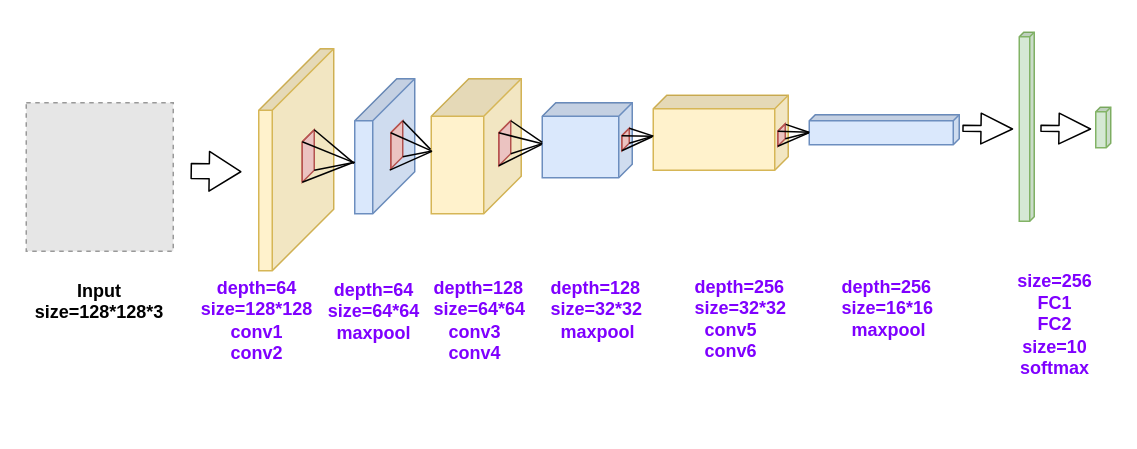
Earlier version of the draw.io diagram cnn.drawio (ByronGe/ff). Source tidied: cells renumbered, new cells numbered last; positions are measured from the earlier drawing's top-left corner, leaving out a move shared by most shapes. Both pictures are drawn from the tidied source at 150%, with x=0, y=0 at pixel (26, 32). Pictures stored in the file or linked from it are replaced by grey dashed boxes.
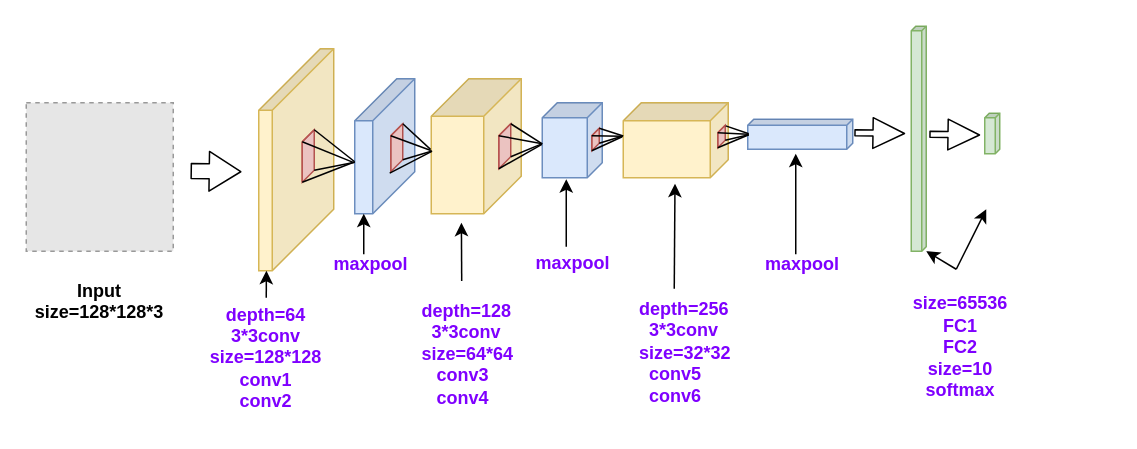
The same page after the edit.

The change refers to these unchanged cells:
```xml
<mxCell id="2" style="shape=cube;whiteSpace=wrap;html=1;boundedLbl=1;backgroundOutline=1;darkOpacity=0.05;darkOpacity2=0.1;fillColor=#dae8fc;strokeColor=#6c8ebf;size=28;direction=south;" parent="1" vertex="1">
  <mxGeometry x="219" y="31" width="40" height="90" as="geometry" />
</mxCell>
<mxCell id="10" style="shape=cube;whiteSpace=wrap;html=1;boundedLbl=1;backgroundOutline=1;darkOpacity=0.05;darkOpacity2=0.1;fillColor=#f8cecc;strokeColor=#b85450;size=9;direction=south;" parent="1" vertex="1">
  <mxGeometry x="184" y="65" width="8" height="35" as="geometry" />
</mxCell>
```

What changed in the source:
```diff
@@
-    <mxCell id="5" style="shape=cube;whiteSpace=wrap;html=1;boundedLbl=1;backgroundOutline=1;darkOpacity=0.05;darkOpacity2=0.1;fillColor=#dae8fc;strokeColor=#6c8ebf;size=9;direction=south;" parent="1" vertex="1">
-      <mxGeometry x="344" y="47" width="60" height="50" as="geometry" />
+    <mxCell id="5" style="shape=cube;whiteSpace=wrap;html=1;boundedLbl=1;backgroundOutline=1;darkOpacity=0.05;darkOpacity2=0.1;fillColor=#dae8fc;strokeColor=#6c8ebf;size=10;direction=south;" parent="1" vertex="1">
+      <mxGeometry x="344" y="47" width="40" height="50" as="geometry" />
     </mxCell>
-    <mxCell id="6" style="shape=cube;whiteSpace=wrap;html=1;boundedLbl=1;backgroundOutline=1;darkOpacity=0.05;darkOpacity2=0.1;fillColor=#fff2cc;strokeColor=#d6b656;size=9;direction=south;" parent="1" vertex="1">
-      <mxGeometry x="418" y="42" width="90" height="50" as="geometry" />
+    <mxCell id="6" style="shape=cube;whiteSpace=wrap;html=1;boundedLbl=1;backgroundOutline=1;darkOpacity=0.05;darkOpacity2=0.1;fillColor=#fff2cc;strokeColor=#d6b656;size=12;direction=south;" parent="1" vertex="1">
+      <mxGeometry x="398" y="47" width="70" height="50" as="geometry" />
     </mxCell>
     <mxCell id="7" style="shape=cube;whiteSpace=wrap;html=1;boundedLbl=1;backgroundOutline=1;darkOpacity=0.05;darkOpacity2=0.1;fillColor=#dae8fc;strokeColor=#6c8ebf;size=4;direction=south;" parent="1" vertex="1">
-      <mxGeometry x="522" y="55" width="100" height="20" as="geometry" />
+      <mxGeometry x="481" y="58" width="70" height="20" as="geometry" />
     </mxCell>
     <mxCell id="8" style="shape=cube;whiteSpace=wrap;html=1;boundedLbl=1;backgroundOutline=1;darkOpacity=0.05;darkOpacity2=0.1;fillColor=#d5e8d4;strokeColor=#82b366;size=3;direction=south;" parent="1" vertex="1">
-      <mxGeometry x="662" width="10" height="126" as="geometry" />
+      <mxGeometry x="590" y="-4" width="10" height="150" as="geometry" />
     </mxCell>
     <mxCell id="9" style="shape=cube;whiteSpace=wrap;html=1;boundedLbl=1;backgroundOutline=1;darkOpacity=0.05;darkOpacity2=0.1;fillColor=#d5e8d4;strokeColor=#82b366;size=3;direction=south;" parent="1" vertex="1">
-      <mxGeometry x="713" y="50" width="10" height="27" as="geometry" />
+      <mxGeometry x="639" y="54" width="10" height="27" as="geometry" />
     </mxCell>
@@
-    <mxCell id="12" style="endArrow=none;html=1;exitX=0;exitY=0;exitDx=0;exitDy=0;exitPerimeter=0;entryX=0.627;entryY=1.01;entryDx=0;entryDy=0;entryPerimeter=0;" parent="1" edge="1" source="10" target="2">
+    <mxCell id="12" style="endArrow=none;html=1;exitX=0;exitY=0;exitDx=0;exitDy=0;exitPerimeter=0;entryX=0.615;entryY=1.001;entryDx=0;entryDy=0;entryPerimeter=0;" parent="1" edge="1" source="10" target="2">
       <mxGeometry relative="1" as="geometry" />
     </mxCell>
@@
     <mxCell id="15" style="shape=cube;whiteSpace=wrap;html=1;boundedLbl=1;backgroundOutline=1;darkOpacity=0.05;darkOpacity2=0.1;fillColor=#f8cecc;strokeColor=#b85450;size=9;direction=south;" parent="1" vertex="1">
-      <mxGeometry x="243" y="59" width="8" height="32" as="geometry" />
+      <mxGeometry x="243" y="61" width="8" height="32" as="geometry" />
     </mxCell>
@@
     <mxCell id="20" style="shape=cube;whiteSpace=wrap;html=1;boundedLbl=1;backgroundOutline=1;darkOpacity=0.05;darkOpacity2=0.1;fillColor=#f8cecc;strokeColor=#b85450;size=9;direction=south;" parent="1" vertex="1">
-      <mxGeometry x="315" y="59" width="8" height="30" as="geometry" />
+      <mxGeometry x="315" y="61" width="8" height="30" as="geometry" />
     </mxCell>
@@
-    <mxCell id="22" style="endArrow=none;html=1;exitX=0;exitY=0;exitDx=0;exitDy=0;exitPerimeter=0;entryX=0.528;entryY=1;entryDx=0;entryDy=0;entryPerimeter=0;" parent="1" edge="1" source="20" target="5">
+    <mxCell id="22" style="endArrow=none;html=1;exitX=0;exitY=0;exitDx=0;exitDy=0;exitPerimeter=0;entryX=0.549;entryY=1;entryDx=0;entryDy=0;entryPerimeter=0;" parent="1" edge="1" source="20" target="5">
       <mxGeometry relative="1" as="geometry" />
     </mxCell>
@@
     <mxCell id="25" style="shape=cube;whiteSpace=wrap;html=1;boundedLbl=1;backgroundOutline=1;darkOpacity=0.05;darkOpacity2=0.1;fillColor=#f8cecc;strokeColor=#b85450;size=9;direction=south;" parent="1" vertex="1">
-      <mxGeometry x="397" y="64" width="5" height="15" as="geometry" />
+      <mxGeometry x="377" y="64" width="5" height="15" as="geometry" />
     </mxCell>
-    <mxCell id="26" style="endArrow=none;html=1;exitX=0;exitY=0;exitDx=5;exitDy=5;exitPerimeter=0;entryX=0.548;entryY=1.011;entryDx=0;entryDy=0;entryPerimeter=0;" parent="1" edge="1" source="25" target="6">
-      <mxGeometry relative="1" as="geometry" />
+    <mxCell id="26" style="endArrow=none;html=1;exitX=0;exitY=0;exitDx=5;exitDy=5;exitPerimeter=0;entryX=0.548;entryY=1.011;entryDx=0;entryDy=0;entryPerimeter=0;" parent="1" edge="1" source="25">
+      <mxGeometry relative="1" as="geometry">
+        <mxPoint x="397" y="69.4" as="targetPoint" />
+      </mxGeometry>
     </mxCell>
-    <mxCell id="27" style="endArrow=none;html=1;exitX=0;exitY=0;exitDx=0;exitDy=0;exitPerimeter=0;entryX=0.545;entryY=0.999;entryDx=0;entryDy=0;entryPerimeter=0;" parent="1" edge="1" source="25" target="6">
-      <mxGeometry relative="1" as="geometry" />
+    <mxCell id="27" style="endArrow=none;html=1;exitX=0;exitY=0;exitDx=0;exitDy=0;exitPerimeter=0;entryX=0.545;entryY=0.999;entryDx=0;entryDy=0;entryPerimeter=0;" parent="1" edge="1" source="25">
+      <mxGeometry relative="1" as="geometry">
+        <mxPoint x="398" y="69.2" as="targetPoint" />
+      </mxGeometry>
     </mxCell>
-    <mxCell id="28" style="endArrow=none;html=1;exitX=0;exitY=0;exitDx=10;exitDy=0;exitPerimeter=0;entryX=0.545;entryY=1.003;entryDx=0;entryDy=0;entryPerimeter=0;" parent="1" edge="1" source="25" target="6">
-      <mxGeometry relative="1" as="geometry" />
+    <mxCell id="28" style="endArrow=none;html=1;exitX=0;exitY=0;exitDx=10;exitDy=0;exitPerimeter=0;entryX=0.545;entryY=1.003;entryDx=0;entryDy=0;entryPerimeter=0;" parent="1" edge="1" source="25">
+      <mxGeometry relative="1" as="geometry">
+        <mxPoint x="397.7" y="69.2" as="targetPoint" />
+      </mxGeometry>
     </mxCell>
-    <mxCell id="29" style="endArrow=none;html=1;exitX=0;exitY=0;exitDx=15;exitDy=5;exitPerimeter=0;entryX=0.553;entryY=1.008;entryDx=0;entryDy=0;entryPerimeter=0;" parent="1" edge="1" source="25" target="6">
-      <mxGeometry relative="1" as="geometry" />
+    <mxCell id="29" style="endArrow=none;html=1;exitX=0;exitY=0;exitDx=15;exitDy=5;exitPerimeter=0;entryX=0.553;entryY=1.008;entryDx=0;entryDy=0;entryPerimeter=0;" parent="1" edge="1" source="25">
+      <mxGeometry relative="1" as="geometry">
+        <mxPoint x="397.3" y="69.7" as="targetPoint" />
+      </mxGeometry>
     </mxCell>
     <mxCell id="30" style="shape=cube;whiteSpace=wrap;html=1;boundedLbl=1;backgroundOutline=1;darkOpacity=0.05;darkOpacity2=0.1;fillColor=#f8cecc;strokeColor=#b85450;size=9;direction=south;" parent="1" vertex="1">
-      <mxGeometry x="501" y="61" width="5" height="15" as="geometry" />
+      <mxGeometry x="461" y="62" width="5" height="15" as="geometry" />
     </mxCell>
-    <mxCell id="31" style="endArrow=none;html=1;exitX=0;exitY=0;exitDx=5;exitDy=5;exitPerimeter=0;entryX=0.58;entryY=0.999;entryDx=0;entryDy=0;entryPerimeter=0;" parent="1" edge="1" source="30" target="7">
+    <mxCell id="31" style="endArrow=none;html=1;exitX=0;exitY=0;exitDx=5;exitDy=5;exitPerimeter=0;entryX=0.504;entryY=0.999;entryDx=0;entryDy=0;entryPerimeter=0;" parent="1" edge="1" source="30" target="7">
       <mxGeometry relative="1" as="geometry" />
     </mxCell>
-    <mxCell id="32" style="endArrow=none;html=1;exitX=0.028;exitY=-0.067;exitDx=0;exitDy=0;exitPerimeter=0;entryX=0.583;entryY=1.003;entryDx=0;entryDy=0;entryPerimeter=0;" parent="1" edge="1" source="30" target="7">
-      <mxGeometry relative="1" as="geometry" />
+    <mxCell id="32" style="endArrow=none;html=1;exitX=0.028;exitY=-0.067;exitDx=0;exitDy=0;exitPerimeter=0;entryX=0.583;entryY=1.003;entryDx=0;entryDy=0;entryPerimeter=0;" parent="1" edge="1" source="30">
+      <mxGeometry relative="1" as="geometry">
+        <mxPoint x="481.7" y="67.7" as="targetPoint" />
+      </mxGeometry>
     </mxCell>
-    <mxCell id="33" style="endArrow=none;html=1;exitX=0;exitY=0;exitDx=14.999999999999998;exitDy=5;exitPerimeter=0;entryX=0.603;entryY=1.003;entryDx=0;entryDy=0;entryPerimeter=0;" parent="1" edge="1" source="30" target="7">
-      <mxGeometry relative="1" as="geometry" />
+    <mxCell id="33" style="endArrow=none;html=1;exitX=0;exitY=0;exitDx=14.999999999999998;exitDy=5;exitPerimeter=0;entryX=0.603;entryY=1.003;entryDx=0;entryDy=0;entryPerimeter=0;" parent="1" edge="1" source="30">
+      <mxGeometry relative="1" as="geometry">
+        <mxPoint x="481.7" y="68.3" as="targetPoint" />
+      </mxGeometry>
     </mxCell>
-    <mxCell id="34" style="endArrow=none;html=1;exitX=0;exitY=0;exitDx=9.999999999999998;exitDy=0;exitPerimeter=0;entryX=0.603;entryY=1.003;entryDx=0;entryDy=0;entryPerimeter=0;" parent="1" edge="1" source="30" target="7">
-      <mxGeometry relative="1" as="geometry" />
+    <mxCell id="34" style="endArrow=none;html=1;exitX=0;exitY=0;exitDx=9.999999999999998;exitDy=0;exitPerimeter=0;entryX=0.603;entryY=1.003;entryDx=0;entryDy=0;entryPerimeter=0;" parent="1" edge="1" source="30">
+      <mxGeometry relative="1" as="geometry">
+        <mxPoint x="481.7" y="68.3" as="targetPoint" />
+      </mxGeometry>
     </mxCell>
     <mxCell id="35" style="shape=flexArrow;endArrow=classic;html=1;endWidth=15.428571428571429;endSize=6.668571428571428;startWidth=15.428571428571429;startSize=6.668571428571428;width=4;" parent="1" edge="1">
       <mxGeometry relative="1" as="geometry">
-        <mxPoint x="624" y="64" as="sourcePoint" />
-        <mxPoint x="658" y="64.5" as="targetPoint" />
+        <mxPoint x="552" y="67" as="sourcePoint" />
+        <mxPoint x="586" y="67.5" as="targetPoint" />
       </mxGeometry>
     </mxCell>
     <mxCell id="36" style="shape=flexArrow;endArrow=classic;html=1;endWidth=15.428571428571429;endSize=6.668571428571428;startWidth=15.428571428571429;startSize=6.668571428571428;width=4;" parent="1" edge="1">
       <mxGeometry relative="1" as="geometry">
-        <mxPoint x="676" y="64" as="sourcePoint" />
-        <mxPoint x="710" y="64.5" as="targetPoint" />
+        <mxPoint x="602" y="68" as="sourcePoint" />
+        <mxPoint x="636" y="68.5" as="targetPoint" />
       </mxGeometry>
     </mxCell>
-    <mxCell id="37" value="&lt;font color=&quot;#7f00ff&quot;&gt;&lt;b&gt;depth=64&lt;br&gt;size=128*128&lt;br&gt;conv1&lt;br&gt;conv2&lt;/b&gt;&lt;/font&gt;&lt;br&gt;" style="text;html=1;strokeColor=none;fillColor=none;align=center;verticalAlign=middle;whiteSpace=wrap;rounded=0;" parent="1" vertex="1">
-      <mxGeometry x="134" y="182" width="40" height="20" as="geometry" />
+    <mxCell id="37" value="&lt;font color=&quot;#7f00ff&quot;&gt;&lt;b&gt;depth=64&lt;br&gt;3*3conv&lt;br&gt;size=128*128&lt;br&gt;conv1&lt;br&gt;conv2&lt;/b&gt;&lt;/font&gt;&lt;br&gt;" style="text;html=1;strokeColor=none;fillColor=none;align=center;verticalAlign=middle;whiteSpace=wrap;rounded=0;" parent="1" vertex="1">
+      <mxGeometry x="140" y="207" width="40" height="20" as="geometry" />
     </mxCell>
-    <mxCell id="38" value="&lt;font color=&quot;#7f00ff&quot;&gt;&lt;b&gt;depth=64&lt;br&gt;size=64*64&lt;br&gt;maxpool&lt;br&gt;&lt;/b&gt;&lt;/font&gt;&lt;br&gt;" style="text;html=1;strokeColor=none;fillColor=none;align=center;verticalAlign=middle;whiteSpace=wrap;rounded=0;" parent="1" vertex="1">
-      <mxGeometry x="212" y="183" width="40" height="20" as="geometry" />
+    <mxCell id="38" value="&lt;font color=&quot;#7f00ff&quot;&gt;&lt;b&gt;maxpool&lt;br&gt;&lt;/b&gt;&lt;/font&gt;&lt;br&gt;" style="text;html=1;strokeColor=none;fillColor=none;align=center;verticalAlign=middle;whiteSpace=wrap;rounded=0;" parent="1" vertex="1">
+      <mxGeometry x="210" y="152" width="40" height="20" as="geometry" />
     </mxCell>
-    <mxCell id="39" value="&lt;font color=&quot;#7f00ff&quot;&gt;&lt;b&gt;depth=128&lt;br&gt;size=64*64&lt;br&gt;&amp;nbsp; &amp;nbsp;conv3&lt;br&gt;&amp;nbsp; &amp;nbsp;conv4&lt;/b&gt;&lt;/font&gt;" style="text;html=1;" parent="1" vertex="1">
-      <mxGeometry x="270" y="157" width="50" height="70" as="geometry" />
+    <mxCell id="39" value="&lt;font color=&quot;#7f00ff&quot;&gt;&lt;b&gt;depth=128&lt;br&gt;&amp;nbsp; 3*3conv&lt;br&gt;size=64*64&lt;br&gt;&amp;nbsp; &amp;nbsp;conv3&lt;br&gt;&amp;nbsp; &amp;nbsp;conv4&lt;/b&gt;&lt;/font&gt;" style="text;html=1;" parent="1" vertex="1">
+      <mxGeometry x="262" y="172" width="50" height="70" as="geometry" />
     </mxCell>
-    <mxCell id="40" value="&lt;font color=&quot;#7f00ff&quot;&gt;&lt;b&gt;depth=128&lt;br&gt;size=32*32&lt;br&gt;&amp;nbsp; maxpool&lt;/b&gt;&lt;/font&gt;&lt;br&gt;" style="text;html=1;" parent="1" vertex="1">
-      <mxGeometry x="348" y="157" width="50" height="70" as="geometry" />
+    <mxCell id="40" value="&lt;font color=&quot;#7f00ff&quot;&gt;&lt;b&gt;maxpool&lt;/b&gt;&lt;/font&gt;&lt;br&gt;" style="text;html=1;" parent="1" vertex="1">
+      <mxGeometry x="338" y="140" width="50" height="70" as="geometry" />
     </mxCell>
-    <mxCell id="41" value="&lt;font color=&quot;#7f00ff&quot;&gt;&lt;b&gt;depth=256&lt;br&gt;size=32*32&lt;br&gt;&amp;nbsp; conv5&lt;br&gt;&amp;nbsp; conv6&lt;/b&gt;&lt;/font&gt;" style="text;html=1;" parent="1" vertex="1">
-      <mxGeometry x="444" y="156" width="50" height="70" as="geometry" />
+    <mxCell id="41" value="&lt;font color=&quot;#7f00ff&quot;&gt;&lt;b&gt;depth=256&lt;br&gt;&amp;nbsp; 3*3conv&lt;br&gt;size=32*32&lt;br&gt;&amp;nbsp; conv5&lt;br&gt;&amp;nbsp; conv6&lt;/b&gt;&lt;/font&gt;" style="text;html=1;" parent="1" vertex="1">
+      <mxGeometry x="407" y="171" width="50" height="70" as="geometry" />
     </mxCell>
-    <mxCell id="42" value="&lt;font color=&quot;#7f00ff&quot;&gt;&lt;b&gt;depth=256&lt;br&gt;size=16*16&lt;br&gt;&amp;nbsp; maxpool&lt;/b&gt;&lt;/font&gt;&lt;br&gt;" style="text;html=1;" parent="1" vertex="1">
-      <mxGeometry x="542" y="156" width="50" height="70" as="geometry" />
+    <mxCell id="42" value="&lt;font color=&quot;#7f00ff&quot;&gt;&lt;b&gt;maxpool&lt;/b&gt;&lt;/font&gt;&lt;br&gt;" style="text;html=1;" parent="1" vertex="1">
+      <mxGeometry x="491" y="141" width="50" height="70" as="geometry" />
     </mxCell>
-    <mxCell id="43" value="&lt;font color=&quot;#7f00ff&quot;&gt;&lt;b&gt;size=256&lt;br&gt;FC1&lt;br&gt;FC2&lt;br&gt;size=10&lt;br&gt;softmax&lt;br&gt;&lt;/b&gt;&lt;/font&gt;&lt;br&gt;" style="text;html=1;strokeColor=none;fillColor=none;align=center;verticalAlign=middle;whiteSpace=wrap;rounded=0;direction=south;" parent="1" vertex="1">
-      <mxGeometry x="676" y="182" width="20" height="40" as="geometry" />
+    <mxCell id="43" value="&lt;font color=&quot;#7f00ff&quot;&gt;&lt;b&gt;size=65536&lt;br&gt;FC1&lt;br&gt;FC2&lt;br&gt;size=10&lt;br&gt;softmax&lt;br&gt;&lt;/b&gt;&lt;/font&gt;&lt;br&gt;" style="text;html=1;strokeColor=none;fillColor=none;align=center;verticalAlign=middle;whiteSpace=wrap;rounded=0;direction=south;" parent="1" vertex="1">
+      <mxGeometry x="613" y="197" width="20" height="40" as="geometry" />
     </mxCell>
@@
+    <mxCell id="47" style="endArrow=classic;html=1;entryX=0;entryY=0;entryDx=90;entryDy=34;entryPerimeter=0;" parent="1" edge="1" target="2">
+      <mxGeometry relative="1" as="geometry">
+        <mxPoint x="225" y="148" as="sourcePoint" />
+      </mxGeometry>
+    </mxCell>
+    <mxCell id="48" style="endArrow=classic;html=1;" parent="1" edge="1">
+      <mxGeometry relative="1" as="geometry">
+        <mxPoint x="360" y="143" as="sourcePoint" />
+        <mxPoint x="360" y="98" as="targetPoint" />
+      </mxGeometry>
+    </mxCell>
+    <mxCell id="49" style="endArrow=classic;html=1;" parent="1" edge="1">
+      <mxGeometry relative="1" as="geometry">
+        <mxPoint x="513" y="148" as="sourcePoint" />
+        <mxPoint x="513" y="81" as="targetPoint" />
+      </mxGeometry>
+    </mxCell>
+    <mxCell id="50" style="endArrow=classic;html=1;entryX=0;entryY=0;entryDx=90;entryDy=34;entryPerimeter=0;exitX=0.403;exitY=0.157;exitDx=0;exitDy=0;exitPerimeter=0;" parent="1" edge="1">
+      <mxGeometry relative="1" as="geometry">
+        <mxPoint x="290.3" y="165.9" as="sourcePoint" />
+        <mxPoint x="290.1" y="127" as="targetPoint" />
+      </mxGeometry>
+    </mxCell>
+    <mxCell id="51" style="endArrow=classic;html=1;exitX=0.5;exitY=0;exitDx=0;exitDy=0;" parent="1" edge="1" source="41">
+      <mxGeometry relative="1" as="geometry">
+        <mxPoint x="432.5" y="101" as="targetPoint" />
+      </mxGeometry>
+    </mxCell>
+    <mxCell id="52" style="endArrow=classic;html=1;entryX=0;entryY=0;entryDx=90;entryDy=34;entryPerimeter=0;" parent="1" edge="1">
+      <mxGeometry relative="1" as="geometry">
+        <mxPoint x="160" y="177" as="sourcePoint" />
+        <mxPoint x="160.1" y="159" as="targetPoint" />
+      </mxGeometry>
+    </mxCell>
+    <mxCell id="53" style="endArrow=classic;html=1;" parent="1" edge="1">
+      <mxGeometry relative="1" as="geometry">
+        <mxPoint x="620" y="158" as="sourcePoint" />
+        <mxPoint x="640" y="118" as="targetPoint" />
+      </mxGeometry>
+    </mxCell>
+    <mxCell id="54" style="endArrow=classic;html=1;" parent="1" edge="1">
+      <mxGeometry relative="1" as="geometry">
+        <mxPoint x="620" y="158" as="sourcePoint" />
+        <mxPoint x="600" y="146" as="targetPoint" />
+      </mxGeometry>
+    </mxCell>
```
